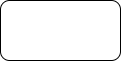
Earlier version of the draw.io export Untitled Diagram.drawio.png (KMSAAO/holbertonschool-hbnb). Source tidied: cells renumbered, new cells last; positions are measured from the earlier drawing's top-left corner, leaving out a move shared by most shapes.
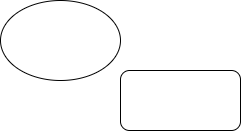
The same diagram one commit later.

Change to the diagram source:
```diff
@@ -5,5 +5,8 @@
     <mxCell id="2" style="rounded=1;whiteSpace=wrap;html=1;" parent="1" vertex="1">
       <mxGeometry width="120" height="60" as="geometry" />
     </mxCell>
+    <mxCell id="3" style="ellipse;whiteSpace=wrap;html=1;" parent="1" vertex="1">
+      <mxGeometry x="-120" y="-70" width="120" height="80" as="geometry" />
+    </mxCell>
   </root>
 </mxGraphModel>
```
